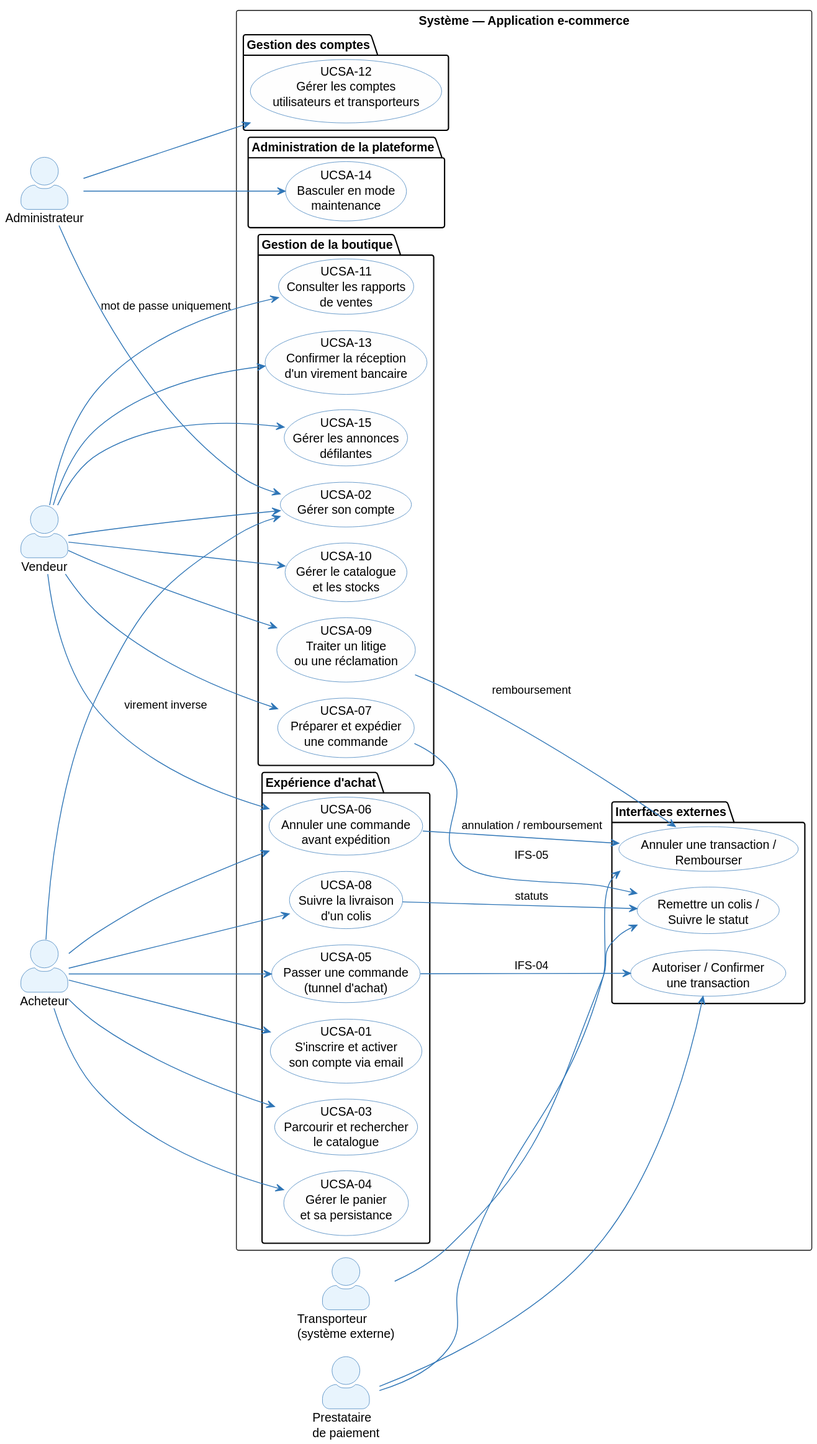
louistalvande/online_shop keeps this PlantUML diagram as architecture/02-system-analysis/diagrams/sa-use-case.svg. Above is the earlier version.
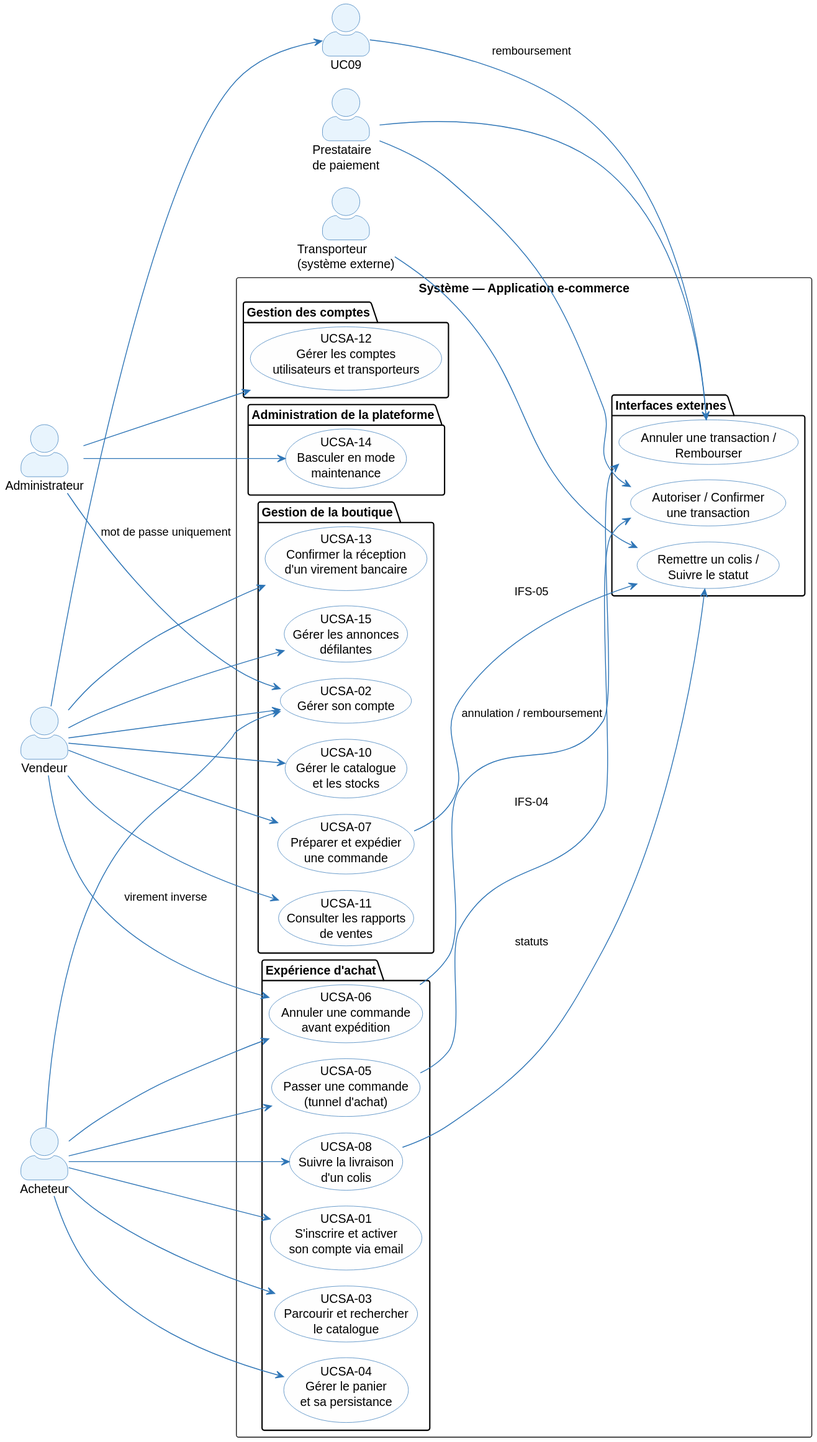
After the commit.

Diff of the diagram source:
```diff
@@ -33,7 +33,6 @@
     usecase (UCSA-02\nGérer son compte) as UC02
     usecase (UCSA-10\nGérer le catalogue\net les stocks) as UC10
     usecase (UCSA-07\nPréparer et expédier\nune commande) as UC07
-    usecase (UCSA-09\nTraiter un litige\nou une réclamation) as UC09
     usecase (UCSA-11\nConsulter les rapports\nde ventes) as UC11
     usecase (UCSA-13\nConfirmer la réception\nd'un virement bancaire) as UC13
     usecase (UCSA-15\nGérer les annonces\ndéfilantes) as UC15
```
